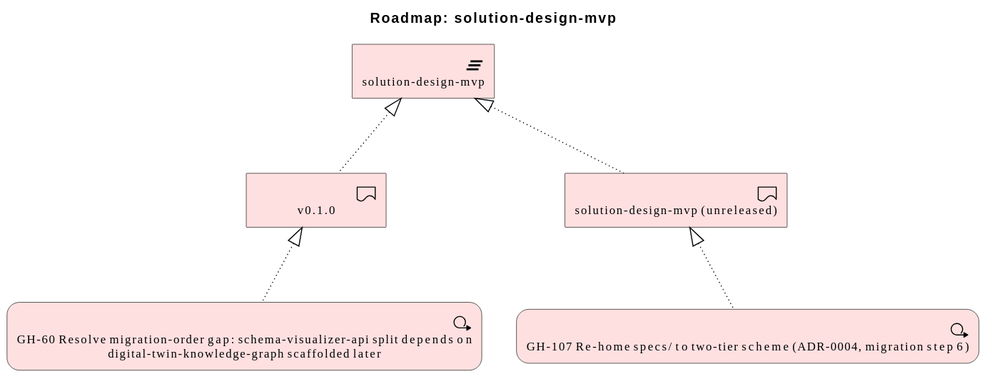
The PlantUML diagram architecture/model/diagrams/migration/plat-solution-design-mvp-8.svg in wolffy-au/frictionless-architect, before a commit.
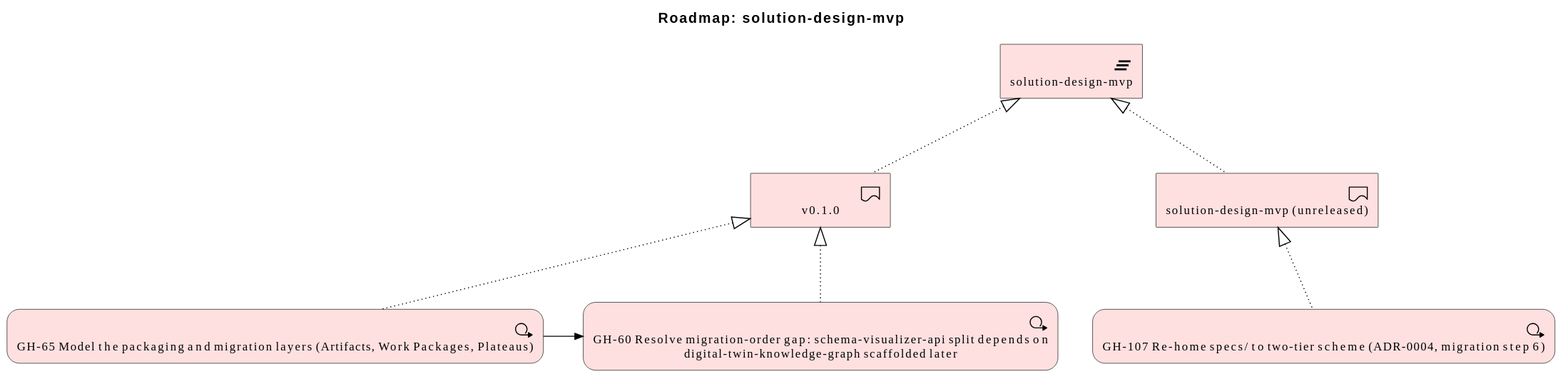
The same diagram one commit later.

Diff of the diagram source:
```diff
@@ -6,11 +6,14 @@
 Implementation_Deliverable(e_id314ed2487dd05b, "v0.1.0")
 Implementation_Deliverable(e_id664b1e75548f5b, "solution-design-mvp (unreleased)")
 Implementation_Plateau(e_id2465dc90ecdc5f, "solution-design-mvp")
+Implementation_WorkPackage(e_id3957ac79b8315e, "GH-65 Model the packaging and migration layers (Artifacts, Work Packages, Plateaus)")
 Implementation_WorkPackage(e_id3e99ac1ff48453, "GH-107 Re-home specs/ to two-tier scheme (ADR-0004, migration step 6)")
 Implementation_WorkPackage(e_id24e4227880f657, "GH-60 Resolve migration-order gap: schema-visualizer-api split depends on digital-twin-knowledge-graph scaffolded later")
 
 Rel_Realization_Up(e_id314ed2487dd05b, e_id2465dc90ecdc5f, "")
 Rel_Realization_Up(e_id664b1e75548f5b, e_id2465dc90ecdc5f, "")
+Rel_Realization_Up(e_id3957ac79b8315e, e_id314ed2487dd05b, "")
 Rel_Realization_Up(e_id3e99ac1ff48453, e_id664b1e75548f5b, "")
 Rel_Realization_Up(e_id24e4227880f657, e_id314ed2487dd05b, "")
+Rel_Triggering_Right(e_id3957ac79b8315e, e_id24e4227880f657, "")
 @enduml
```
